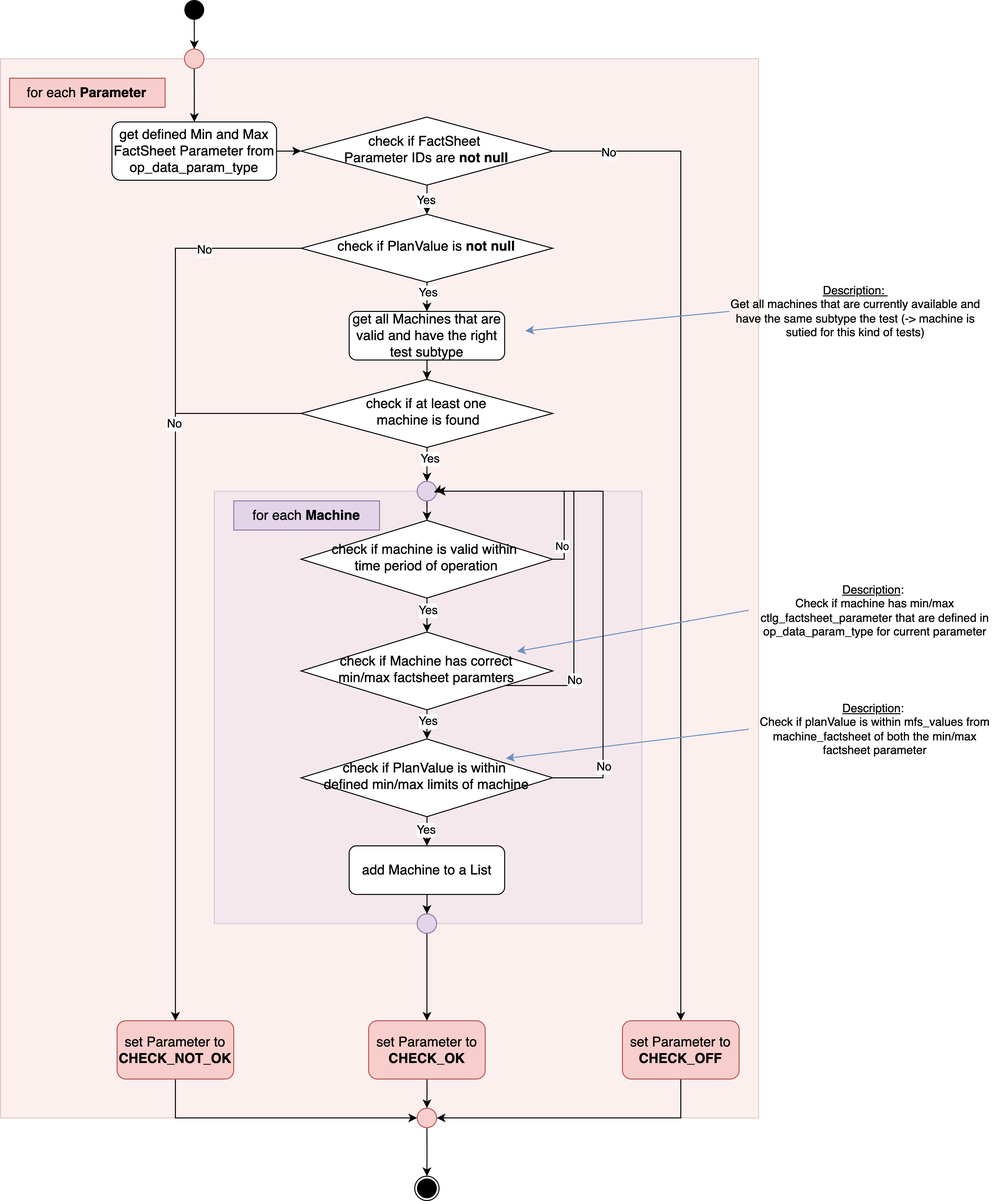
Above: bilder/flowchart-equipment-check-6-2.png in BenDektor/FeasibilityCheck (draw.io), before the change. Source tidied: cells renumbered, new cells last; positions are measured from the earlier drawing's top-left corner, leaving out a move shared by most shapes.
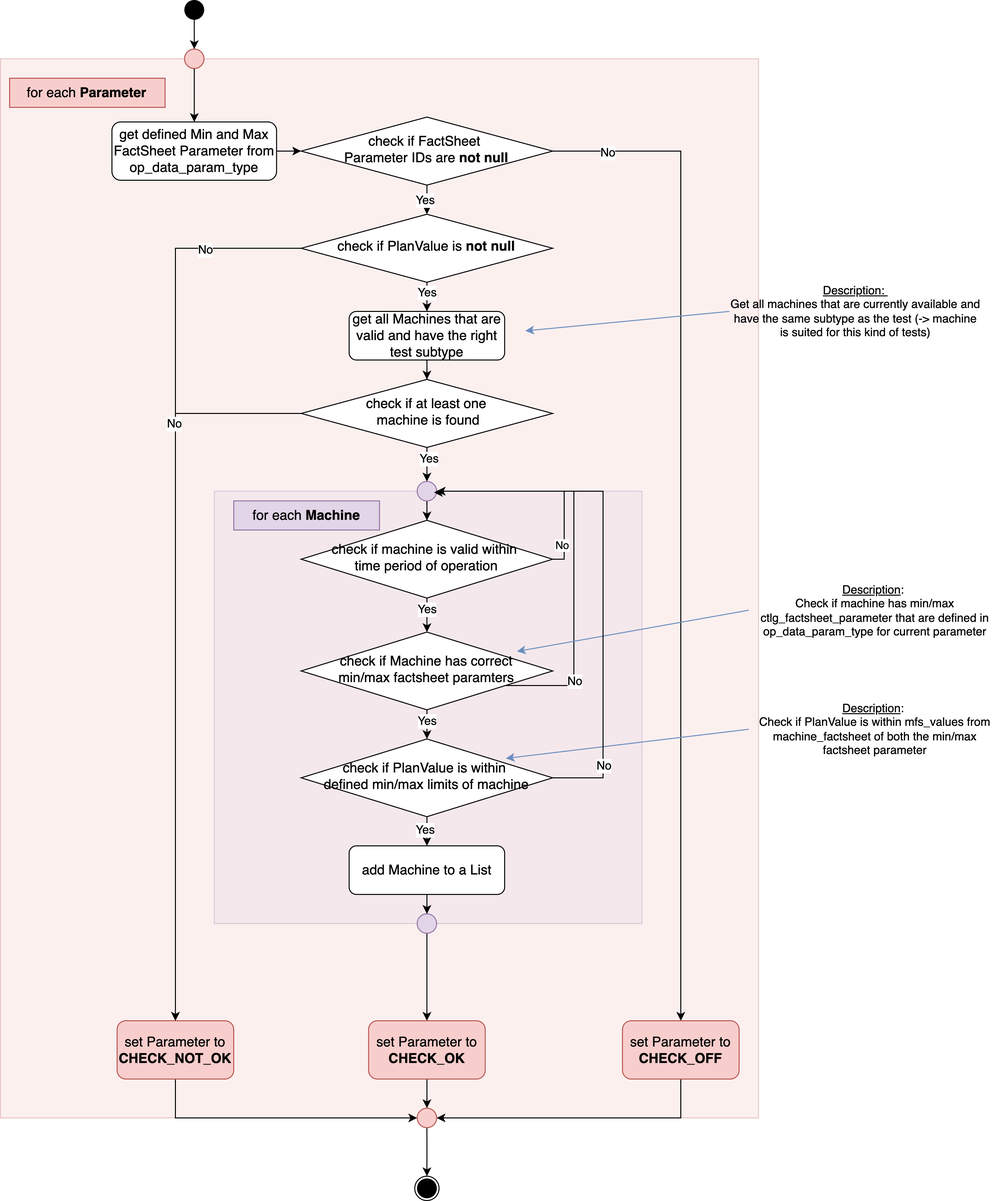
The same diagram one commit later.

What changed in the source:
```diff
@@ -163,7 +163,7 @@
         <mxPoint x="540" y="340" as="targetPoint" />
       </mxGeometry>
     </mxCell>
-    <mxCell id="47" value="&lt;u&gt;Description:&amp;nbsp;&lt;br&gt;&lt;/u&gt;Get all machines that are currently available and have the same subtype the test (-&amp;gt; machine is sutied for this kind of tests)" style="text;html=1;align=center;verticalAlign=middle;whiteSpace=wrap;rounded=0;" parent="1" vertex="1">
+    <mxCell id="47" value="&lt;u&gt;Description:&amp;nbsp;&lt;br&gt;&lt;/u&gt;Get all machines that are currently available and have the same subtype as the test (-&amp;gt; machine is suited for this kind of tests)" style="text;html=1;align=center;verticalAlign=middle;whiteSpace=wrap;rounded=0;" parent="1" vertex="1">
       <mxGeometry x="750" y="280" width="260" height="80" as="geometry" />
     </mxCell>
     <mxCell id="48" style="endArrow=classic;html=1;rounded=0;exitX=0;exitY=0.5;exitDx=0;exitDy=0;fillColor=#dae8fc;strokeColor=#6c8ebf;" parent="1" edge="1" source="49">
@@ -171,7 +171,7 @@
         <mxPoint x="520" y="780" as="targetPoint" />
       </mxGeometry>
     </mxCell>
-    <mxCell id="49" value="&lt;u&gt;Description&lt;/u&gt;:&amp;nbsp;&lt;br&gt;Check if planValue is within mfs_values from machine_factsheet of both the min/max factsheet parameter" style="text;html=1;align=center;verticalAlign=middle;whiteSpace=wrap;rounded=0;" parent="1" vertex="1">
+    <mxCell id="49" value="&lt;u&gt;Description&lt;/u&gt;:&amp;nbsp;&lt;br&gt;Check if PlanValue is within mfs_values from machine_factsheet of both the min/max factsheet parameter" style="text;html=1;align=center;verticalAlign=middle;whiteSpace=wrap;rounded=0;" parent="1" vertex="1">
       <mxGeometry x="770" y="710" width="260" height="80" as="geometry" />
     </mxCell>
     <mxCell id="50" style="endArrow=classic;html=1;rounded=0;exitX=0;exitY=0.5;exitDx=0;exitDy=0;entryX=0.858;entryY=0.249;entryDx=0;entryDy=0;entryPerimeter=0;fillColor=#dae8fc;strokeColor=#6c8ebf;" parent="1" edge="1" source="51" target="34">
```
